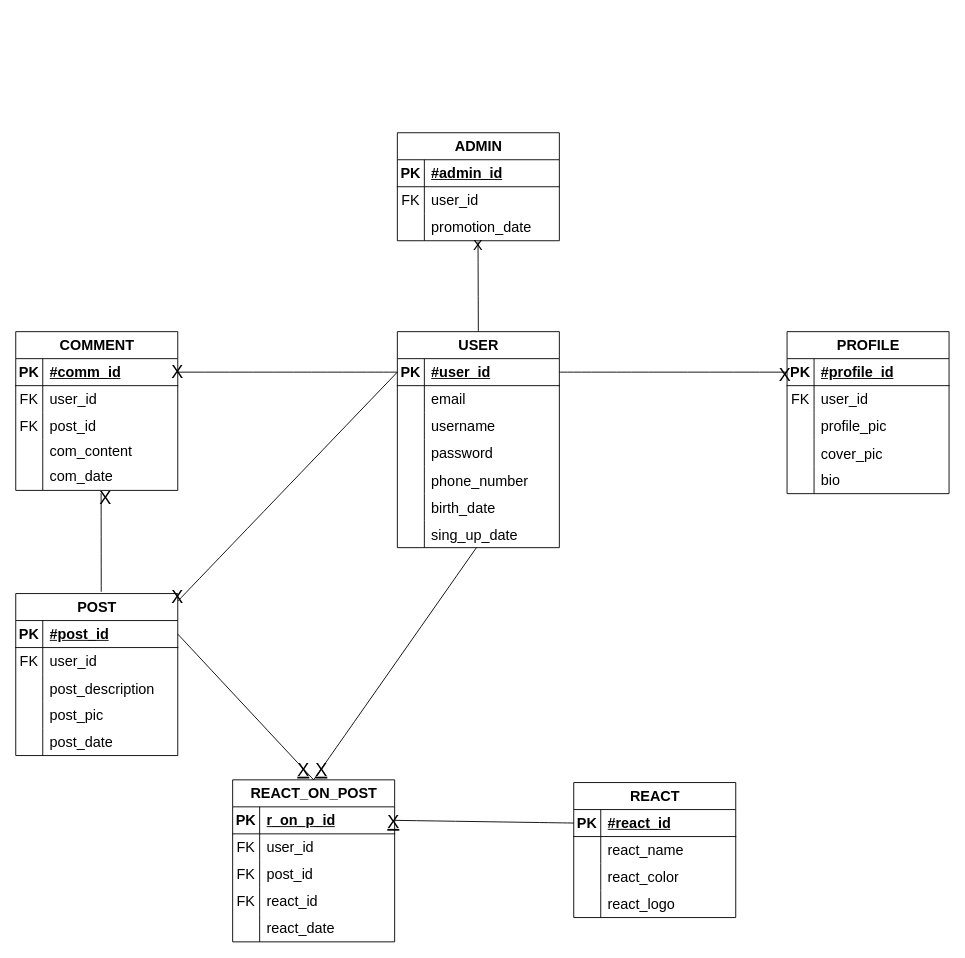
Before: page "Conceptual diagram" (2 of 2) of Final Project/Diagrama aspnet .drawio in Matoka26/ASP.NET, a draw.io diagram. Source tidied: cells renumbered, new cells numbered last; positions are measured from the earlier drawing's top-left corner, leaving out a move shared by most shapes. Both pictures are drawn from the tidied source at 90%, with x=0, y=0 at pixel (15, 132).
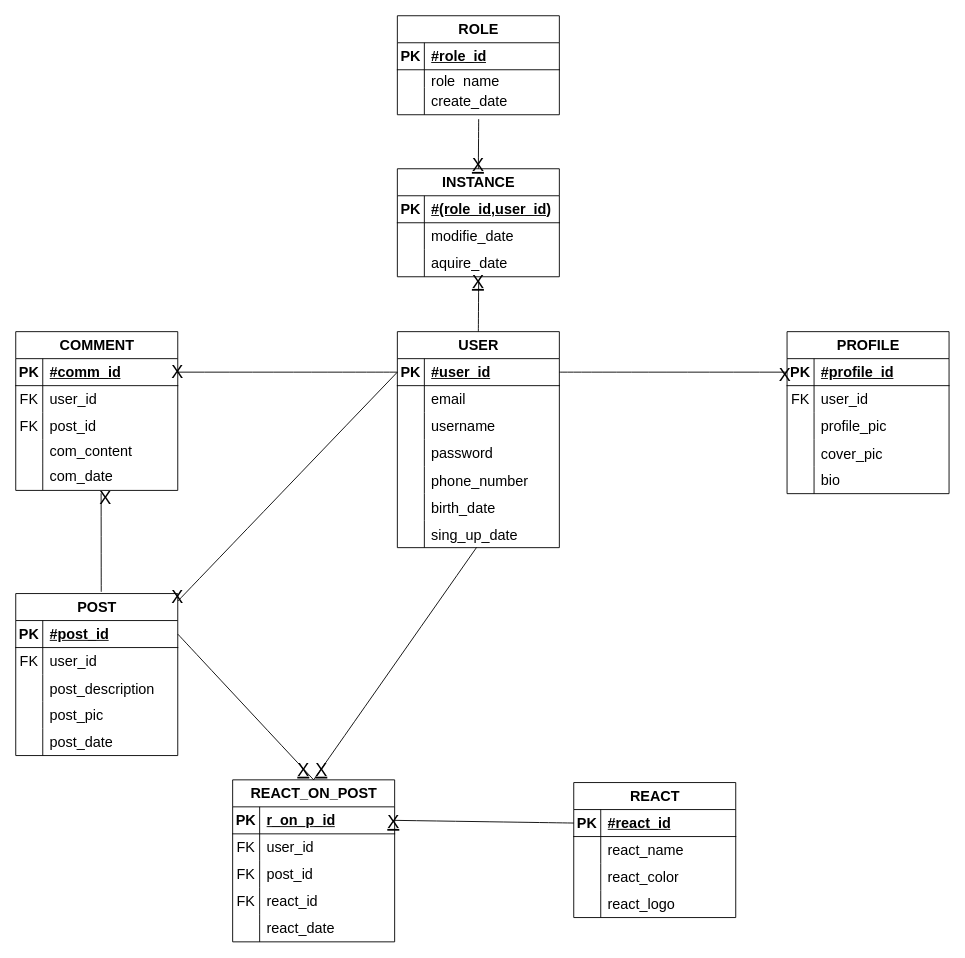
The same page after the edit.

Commit message (it also covers changes not shown here):
updated some logic on admin table

Unchanged cells that the change refers to:
```xml
<mxCell id="2" value="USER" style="shape=table;startSize=30;childLayout=tableLayout;rowLines=0;fontStyle=1;align=center;html=1;fontSize=16;" parent="1" vertex="1">
  <mxGeometry x="424" y="221" width="180" height="240" as="geometry" />
</mxCell>
<mxCell id="117" style="shape=tableRow;horizontal=0;startSize=0;swimlaneHead=0;swimlaneBody=0;fillColor=none;top=0;left=0;right=0;bottom=1;fontSize=16;" parent="116" vertex="1">
  <mxGeometry y="30" width="180" height="30" as="geometry" />
</mxCell>
```

What changed in the source:
```diff
@@
-    <mxCell id="116" value="ADMIN" style="shape=table;startSize=30;childLayout=tableLayout;rowLines=0;fontStyle=1;align=center;html=1;fontSize=16;" parent="1" vertex="1">
-      <mxGeometry x="424" width="180" height="120" as="geometry" />
+    <mxCell id="116" value="ROLE" style="shape=table;startSize=30;childLayout=tableLayout;rowLines=0;fontStyle=1;align=center;html=1;fontSize=16;" parent="1" vertex="1">
+      <mxGeometry x="424" y="-130" width="180" height="110" as="geometry" />
     </mxCell>
@@
-    <mxCell id="119" value="#admin_id" style="shape=partialRectangle;fillColor=none;top=0;left=0;bottom=0;right=0;align=left;spacingLeft=6;fontStyle=5;overflow=hidden;whiteSpace=wrap;html=1;fontSize=16;" parent="117" vertex="1">
+    <mxCell id="119" value="#role_id" style="shape=partialRectangle;fillColor=none;top=0;left=0;bottom=0;right=0;align=left;spacingLeft=6;fontStyle=5;overflow=hidden;whiteSpace=wrap;html=1;fontSize=16;" parent="117" vertex="1">
       <mxGeometry x="30" width="150" height="30" as="geometry" />
     </mxCell>
     <mxCell id="120" style="shape=tableRow;horizontal=0;startSize=0;swimlaneHead=0;swimlaneBody=0;fillColor=none;top=0;left=0;right=0;bottom=0;fontSize=16;" parent="116" vertex="1">
-      <mxGeometry y="60" width="180" height="30" as="geometry" />
+      <mxGeometry y="60" width="180" height="20" as="geometry" />
     </mxCell>
-    <mxCell id="121" value="FK" style="shape=partialRectangle;fillColor=none;top=0;left=0;bottom=0;right=0;fontStyle=0;overflow=hidden;whiteSpace=wrap;html=1;fontSize=16;" parent="120" vertex="1">
-      <mxGeometry width="30" height="30" as="geometry" />
+    <mxCell id="121" style="shape=partialRectangle;fillColor=none;top=0;left=0;bottom=0;right=0;fontStyle=0;overflow=hidden;whiteSpace=wrap;html=1;fontSize=16;" parent="120" vertex="1">
+      <mxGeometry width="30" height="20" as="geometry" />
     </mxCell>
-    <mxCell id="122" value="user_id" style="shape=partialRectangle;fillColor=none;top=0;left=0;bottom=0;right=0;align=left;spacingLeft=6;fontStyle=0;overflow=hidden;whiteSpace=wrap;html=1;fontSize=16;" parent="120" vertex="1">
-      <mxGeometry x="30" width="150" height="30" as="geometry" />
+    <mxCell id="122" value="role_name" style="shape=partialRectangle;fillColor=none;top=0;left=0;bottom=0;right=0;align=left;spacingLeft=6;fontStyle=0;overflow=hidden;whiteSpace=wrap;html=1;fontSize=16;" parent="120" vertex="1">
+      <mxGeometry x="30" width="150" height="20" as="geometry" />
     </mxCell>
     <mxCell id="123" style="shape=tableRow;horizontal=0;startSize=0;swimlaneHead=0;swimlaneBody=0;fillColor=none;points=[[0,0.5],[1,0.5]];portConstraint=eastwest;top=0;left=0;right=0;bottom=0;fontSize=16;" parent="116" vertex="1">
-      <mxGeometry y="90" width="180" height="30" as="geometry" />
+      <mxGeometry y="80" width="180" height="30" as="geometry" />
     </mxCell>
@@
-    <mxCell id="125" value="promotion_date" style="shape=partialRectangle;fillColor=none;top=0;left=0;bottom=0;right=0;align=left;spacingLeft=6;overflow=hidden;whiteSpace=wrap;html=1;fontSize=16;" parent="123" vertex="1">
+    <mxCell id="125" value="create_date" style="shape=partialRectangle;fillColor=none;top=0;left=0;bottom=0;right=0;align=left;spacingLeft=6;overflow=hidden;whiteSpace=wrap;html=1;fontSize=16;" parent="123" vertex="1">
       <mxGeometry x="30" width="150" height="30" as="geometry" />
     </mxCell>
-    <mxCell id="126" style="endArrow=none;html=1;rounded=0;fontSize=12;startSize=8;endSize=8;curved=1;exitX=0.5;exitY=0;exitDx=0;exitDy=0;entryX=0.498;entryY=1.033;entryDx=0;entryDy=0;entryPerimeter=0;" parent="1" edge="1" source="2" target="123">
+    <mxCell id="126" style="endArrow=none;html=1;rounded=0;fontSize=12;startSize=8;endSize=8;curved=1;exitX=0.5;exitY=0;exitDx=0;exitDy=0;entryX=0.502;entryY=1.125;entryDx=0;entryDy=0;entryPerimeter=0;" parent="1" edge="1" source="2" target="135">
       <mxGeometry relative="1" as="geometry" />
     </mxCell>
-    <mxCell id="127" value="X" style="text;html=1;strokeColor=none;fillColor=none;align=center;verticalAlign=middle;whiteSpace=wrap;rounded=0;fontSize=16;" parent="1" vertex="1">
-      <mxGeometry x="484" y="110" width="60" height="30" as="geometry" />
-    </mxCell>
+    <mxCell id="128" value="INSTANCE" style="shape=table;startSize=30;childLayout=tableLayout;rowLines=0;fontStyle=1;align=center;html=1;fontSize=16;" parent="1" vertex="1">
+      <mxGeometry x="424" y="40" width="180" height="120" as="geometry" />
+    </mxCell>
+    <mxCell id="129" style="shape=tableRow;horizontal=0;startSize=0;swimlaneHead=0;swimlaneBody=0;fillColor=none;top=0;left=0;right=0;bottom=1;fontSize=16;" parent="128" vertex="1">
+      <mxGeometry y="30" width="180" height="30" as="geometry" />
+    </mxCell>
+    <mxCell id="130" value="PK" style="shape=partialRectangle;fillColor=none;top=0;left=0;bottom=0;right=0;fontStyle=1;overflow=hidden;whiteSpace=wrap;html=1;fontSize=16;" parent="129" vertex="1">
+      <mxGeometry width="30" height="30" as="geometry" />
+    </mxCell>
+    <mxCell id="131" value="#(role_id,user_id)" style="shape=partialRectangle;fillColor=none;top=0;left=0;bottom=0;right=0;align=left;spacingLeft=6;fontStyle=5;overflow=hidden;whiteSpace=wrap;html=1;fontSize=16;" parent="129" vertex="1">
+      <mxGeometry x="30" width="150" height="30" as="geometry" />
+    </mxCell>
+    <mxCell id="132" style="shape=tableRow;horizontal=0;startSize=0;swimlaneHead=0;swimlaneBody=0;fillColor=none;top=0;left=0;right=0;bottom=0;fontSize=16;" parent="128" vertex="1">
+      <mxGeometry y="60" width="180" height="30" as="geometry" />
+    </mxCell>
+    <mxCell id="133" style="shape=partialRectangle;fillColor=none;top=0;left=0;bottom=0;right=0;fontStyle=0;overflow=hidden;whiteSpace=wrap;html=1;fontSize=16;" parent="132" vertex="1">
+      <mxGeometry width="30" height="30" as="geometry" />
+    </mxCell>
+    <mxCell id="134" value="modifie_date" style="shape=partialRectangle;fillColor=none;top=0;left=0;bottom=0;right=0;align=left;spacingLeft=6;fontStyle=0;overflow=hidden;whiteSpace=wrap;html=1;fontSize=16;" parent="132" vertex="1">
+      <mxGeometry x="30" width="150" height="30" as="geometry" />
+    </mxCell>
+    <mxCell id="135" style="shape=tableRow;horizontal=0;startSize=0;swimlaneHead=0;swimlaneBody=0;fillColor=none;points=[[0,0.5],[1,0.5]];portConstraint=eastwest;top=0;left=0;right=0;bottom=0;fontSize=16;" parent="128" vertex="1">
+      <mxGeometry y="90" width="180" height="30" as="geometry" />
+    </mxCell>
+    <mxCell id="136" style="shape=partialRectangle;fillColor=none;top=0;left=0;bottom=0;right=0;overflow=hidden;whiteSpace=wrap;html=1;fontSize=16;" parent="135" vertex="1">
+      <mxGeometry width="30" height="30" as="geometry" />
+    </mxCell>
+    <mxCell id="137" value="aquire_date" style="shape=partialRectangle;fillColor=none;top=0;left=0;bottom=0;right=0;align=left;spacingLeft=6;overflow=hidden;whiteSpace=wrap;html=1;fontSize=16;" parent="135" vertex="1">
+      <mxGeometry x="30" width="150" height="30" as="geometry" />
+    </mxCell>
+    <mxCell id="138" style="endArrow=none;html=1;rounded=0;fontSize=12;startSize=8;endSize=8;curved=1;exitX=0.502;exitY=1.161;exitDx=0;exitDy=0;exitPerimeter=0;entryX=0.5;entryY=0;entryDx=0;entryDy=0;" parent="1" edge="1" source="123" target="128">
+      <mxGeometry relative="1" as="geometry" />
+    </mxCell>
+    <mxCell id="139" value="&lt;u&gt;X&lt;/u&gt;" style="text;html=1;strokeColor=none;fillColor=none;align=center;verticalAlign=middle;whiteSpace=wrap;rounded=0;fontSize=20;" parent="1" vertex="1">
+      <mxGeometry x="484" y="20" width="60" height="30" as="geometry" />
+    </mxCell>
+    <mxCell id="140" value="&lt;u&gt;X&lt;/u&gt;" style="text;html=1;strokeColor=none;fillColor=none;align=center;verticalAlign=middle;whiteSpace=wrap;rounded=0;fontSize=20;" parent="1" vertex="1">
+      <mxGeometry x="484" y="150" width="60" height="30" as="geometry" />
+    </mxCell>
```
